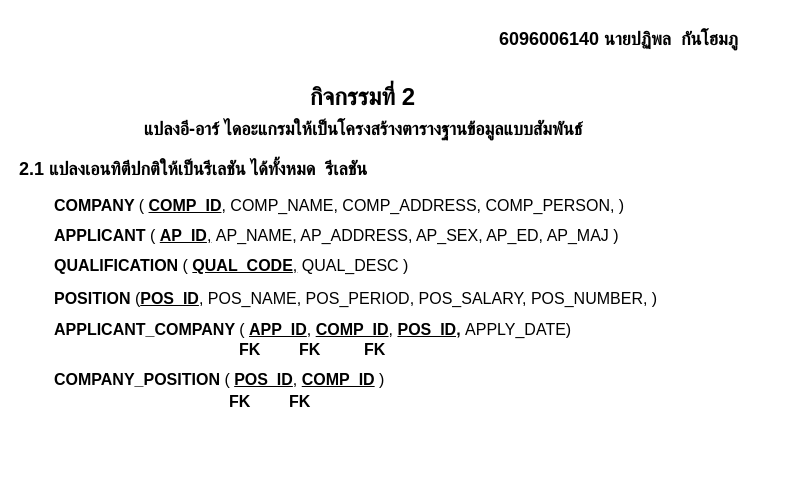
Earlier version of the draw.io diagram page "กิจกรรมที่2" (2 of 3) of Untitled Diagram.drawio (inherthz/96408_Database-Design). Source tidied: cells renumbered, new cells numbered last; positions are measured from the earlier drawing's top-left corner, leaving out a move shared by most shapes. Both pictures are drawn from the tidied source at 100%, with x=0, y=0 at pixel (17, 17).
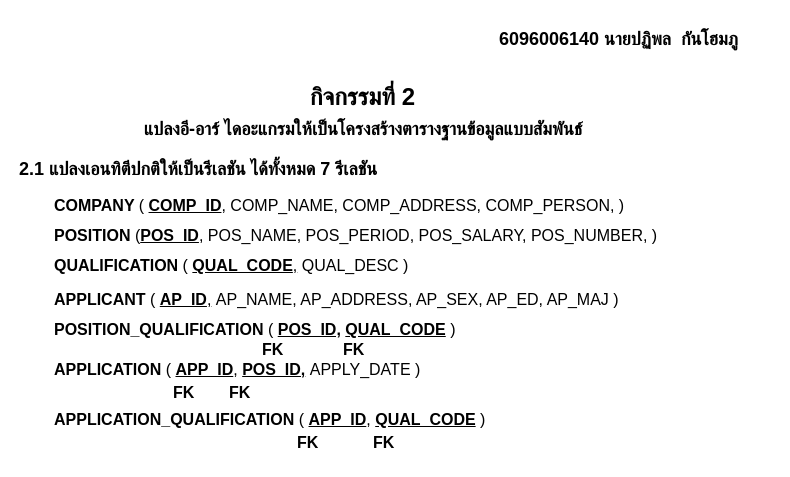
Above is the later version.

What changed in the source:
```diff
@@
 <mxGraphModel>
   <root>
     <mxCell id="0" />
     <mxCell id="1" parent="0" />
     <mxCell id="2" value="&lt;font face=&quot;Sarabun&quot;&gt;กิจกรรมที่ 2&lt;/font&gt;" style="text;strokeColor=none;fillColor=none;html=1;fontSize=24;fontStyle=1;verticalAlign=middle;align=center;" parent="1" vertex="1">
       <mxGeometry x="295" y="60" width="100" height="40" as="geometry" />
     </mxCell>
     <mxCell id="3" value="&lt;font face=&quot;Sarabun&quot;&gt;&lt;span style=&quot;font-size: 18px;&quot;&gt;แปลงอี-อาร์ ไดอะแกรมให้เป็นโครงสร้างตารางฐานข้อมูลแบบสัมพันธ์&amp;nbsp;&lt;/span&gt;&lt;/font&gt;" style="text;strokeColor=none;fillColor=none;html=1;fontSize=24;fontStyle=1;verticalAlign=middle;align=center;" parent="1" vertex="1">
       <mxGeometry x="295" y="90" width="106" height="40" as="geometry" />
     </mxCell>
-    <mxCell id="4" value="&lt;font face=&quot;Sarabun&quot;&gt;&lt;span style=&quot;font-size: 18px;&quot;&gt;2.1 แปลงเอนทิตีปกติให้เป็นรีเลชัน ได้ทั้งหมด&amp;nbsp; รีเลชัน&lt;/span&gt;&lt;/font&gt;" style="text;strokeColor=none;fillColor=none;html=1;fontSize=24;fontStyle=1;verticalAlign=middle;align=left;" parent="1" vertex="1">
+    <mxCell id="4" value="&lt;font face=&quot;Sarabun&quot;&gt;&lt;span style=&quot;font-size: 18px;&quot;&gt;2.1 แปลงเอนทิตีปกติให้เป็นรีเลชัน ได้ทั้งหมด 7 รีเลชัน&lt;/span&gt;&lt;/font&gt;" style="text;strokeColor=none;fillColor=none;html=1;fontSize=24;fontStyle=1;verticalAlign=middle;align=left;" parent="1" vertex="1">
       <mxGeometry y="130" width="420" height="40" as="geometry" />
     </mxCell>
-    <mxCell id="5" value="&lt;font style=&quot;font-size: 16px;&quot; face=&quot;Sarabun&quot;&gt;APPLICANT_COMPANY &lt;span style=&quot;font-weight: normal;&quot;&gt;(&amp;nbsp;&lt;/span&gt;&lt;u&gt;APP_ID&lt;/u&gt;&lt;span style=&quot;font-weight: normal;&quot;&gt;,&amp;nbsp;&lt;/span&gt;&lt;u style=&quot;&quot;&gt;COMP_ID&lt;/u&gt;&lt;span style=&quot;font-weight: normal;&quot;&gt;, &lt;/span&gt;&lt;u&gt;POS_ID,&lt;/u&gt;&amp;nbsp;&lt;span style=&quot;font-weight: normal;&quot;&gt;APPLY_DATE&lt;/span&gt;&lt;span style=&quot;font-weight: normal;&quot;&gt;)&lt;/span&gt;&lt;/font&gt;" style="text;strokeColor=none;fillColor=none;html=1;fontSize=24;fontStyle=1;verticalAlign=middle;align=left;" parent="1" vertex="1">
-      <mxGeometry x="35" y="290" width="445" height="40" as="geometry" />
+    <mxCell id="5" value="&lt;font style=&quot;font-size: 16px;&quot; face=&quot;Sarabun&quot;&gt;APPLICATION&amp;nbsp;&lt;span style=&quot;font-weight: normal;&quot;&gt;(&amp;nbsp;&lt;/span&gt;&lt;u&gt;APP_ID&lt;/u&gt;&lt;span style=&quot;font-weight: normal;&quot;&gt;,&amp;nbsp;&lt;/span&gt;&lt;u style=&quot;&quot;&gt;POS_ID,&lt;/u&gt;&amp;nbsp;&lt;span style=&quot;font-weight: normal;&quot;&gt;APPLY_DATE&lt;/span&gt;&amp;nbsp;&lt;span style=&quot;font-weight: normal;&quot;&gt;)&lt;/span&gt;&lt;/font&gt;" style="text;strokeColor=none;fillColor=none;html=1;fontSize=24;fontStyle=1;verticalAlign=middle;align=left;" parent="1" vertex="1">
+      <mxGeometry x="35" y="330" width="445" height="40" as="geometry" />
     </mxCell>
     <mxCell id="6" value="&lt;font face=&quot;Sarabun&quot;&gt;&lt;span style=&quot;font-size: 16px;&quot;&gt;FK&lt;/span&gt;&lt;/font&gt;" style="text;strokeColor=none;fillColor=none;html=1;fontSize=24;fontStyle=1;verticalAlign=middle;align=left;" parent="1" vertex="1">
-      <mxGeometry x="220" y="310" width="30" height="40" as="geometry" />
+      <mxGeometry x="324" y="310" width="30" height="40" as="geometry" />
     </mxCell>
     <mxCell id="7" value="&lt;font style=&quot;font-size: 16px;&quot; face=&quot;Sarabun&quot;&gt;&lt;span style=&quot;&quot;&gt;APPLICANT&amp;nbsp;&lt;span style=&quot;font-weight: normal;&quot;&gt;(&amp;nbsp;&lt;/span&gt;&lt;u style=&quot;&quot;&gt;AP_ID&lt;span style=&quot;font-weight: normal;&quot;&gt;,&lt;/span&gt;&lt;/u&gt;&lt;span style=&quot;font-weight: normal;&quot;&gt;&amp;nbsp;AP_NAME, AP_ADDRESS, AP_SEX, AP_ED, AP_MAJ&amp;nbsp;&lt;/span&gt;&lt;span style=&quot;font-weight: normal;&quot;&gt;)&lt;/span&gt;&lt;/span&gt;&lt;/font&gt;" style="text;strokeColor=none;fillColor=none;html=1;fontSize=24;fontStyle=1;verticalAlign=middle;align=left;" parent="1" vertex="1">
-      <mxGeometry x="35" y="196" width="650" height="40" as="geometry" />
+      <mxGeometry x="35" y="260" width="650" height="40" as="geometry" />
     </mxCell>
     <mxCell id="8" value="&lt;font face=&quot;Sarabun&quot;&gt;&lt;span style=&quot;font-size: 16px;&quot;&gt;FK&lt;/span&gt;&lt;/font&gt;" style="text;strokeColor=none;fillColor=none;html=1;fontSize=24;fontStyle=1;verticalAlign=middle;align=left;" parent="1" vertex="1">
-      <mxGeometry x="280" y="310" width="30" height="40" as="geometry" />
+      <mxGeometry x="242.5" y="310" width="30" height="40" as="geometry" />
     </mxCell>
     <mxCell id="9" value="&lt;font style=&quot;font-size: 16px;&quot; face=&quot;Sarabun&quot;&gt;&lt;span style=&quot;&quot;&gt;POSITION&amp;nbsp;&lt;span style=&quot;font-weight: normal;&quot;&gt;(&lt;/span&gt;&lt;u style=&quot;&quot;&gt;POS_ID&lt;/u&gt;&lt;span style=&quot;font-weight: normal;&quot;&gt;, POS_NAME, POS_PERIOD, POS_SALARY, &lt;/span&gt;&lt;span style=&quot;font-weight: normal;&quot;&gt;POS_NUMBER&lt;/span&gt;&lt;span style=&quot;font-weight: normal;&quot;&gt;, &lt;/span&gt;&lt;span style=&quot;font-weight: normal;&quot;&gt;)&lt;/span&gt;&lt;/span&gt;&lt;/font&gt;" style="text;strokeColor=none;fillColor=none;html=1;fontSize=24;fontStyle=1;verticalAlign=middle;align=left;" parent="1" vertex="1">
-      <mxGeometry x="35" y="259" width="700" height="40" as="geometry" />
+      <mxGeometry x="35" y="196" width="700" height="40" as="geometry" />
     </mxCell>
     <mxCell id="10" value="&lt;font style=&quot;font-size: 16px;&quot; face=&quot;Sarabun&quot;&gt;&lt;span style=&quot;&quot;&gt;COMPANY &lt;span style=&quot;font-weight: normal;&quot;&gt;(&amp;nbsp;&lt;/span&gt;&lt;u style=&quot;&quot;&gt;COMP_ID&lt;/u&gt;&lt;span style=&quot;font-weight: normal;&quot;&gt;, COMP_NAME, COMP_ADDRESS, COMP_PERSON, &lt;/span&gt;&lt;span style=&quot;font-weight: normal;&quot;&gt;)&lt;/span&gt;&lt;/span&gt;&lt;/font&gt;" style="text;strokeColor=none;fillColor=none;html=1;fontSize=24;fontStyle=1;verticalAlign=middle;align=left;" parent="1" vertex="1">
       <mxGeometry x="35" y="166" width="700" height="40" as="geometry" />
     </mxCell>
     <mxCell id="11" value="&lt;font style=&quot;font-size: 16px;&quot; face=&quot;Sarabun&quot;&gt;&lt;span style=&quot;&quot;&gt;QUALIFICATION&amp;nbsp;&lt;span style=&quot;font-weight: normal;&quot;&gt;( &lt;/span&gt;&lt;u&gt;QUAL_CODE&lt;/u&gt;&lt;u style=&quot;&quot;&gt;&lt;span style=&quot;font-weight: normal;&quot;&gt;,&lt;/span&gt;&lt;/u&gt;&lt;span style=&quot;font-weight: normal;&quot;&gt;&amp;nbsp;QUAL_DESC&amp;nbsp;&lt;/span&gt;&lt;span style=&quot;font-weight: normal;&quot;&gt;)&lt;/span&gt;&lt;/span&gt;&lt;/font&gt;" style="text;strokeColor=none;fillColor=none;html=1;fontSize=24;fontStyle=1;verticalAlign=middle;align=left;" parent="1" vertex="1">
       <mxGeometry x="35" y="226" width="650" height="40" as="geometry" />
     </mxCell>
-    <mxCell id="12" value="&lt;font style=&quot;font-size: 16px;&quot; face=&quot;Sarabun&quot;&gt;COMPANY_POSITION&amp;nbsp;&lt;span style=&quot;font-weight: normal;&quot;&gt;(&amp;nbsp;&lt;/span&gt;&lt;u&gt;POS_ID&lt;/u&gt;&lt;span style=&quot;font-weight: normal;&quot;&gt;,&amp;nbsp;&lt;/span&gt;&lt;u style=&quot;&quot;&gt;COMP_ID&lt;/u&gt;&amp;nbsp;&lt;span style=&quot;font-weight: normal;&quot;&gt;)&lt;/span&gt;&lt;/font&gt;" style="text;strokeColor=none;fillColor=none;html=1;fontSize=24;fontStyle=1;verticalAlign=middle;align=left;" parent="1" vertex="1">
-      <mxGeometry x="35" y="340" width="345" height="40" as="geometry" />
-    </mxCell>
     <mxCell id="13" value="&lt;font face=&quot;Sarabun&quot;&gt;&lt;span style=&quot;font-size: 16px;&quot;&gt;FK&lt;/span&gt;&lt;/font&gt;" style="text;strokeColor=none;fillColor=none;html=1;fontSize=24;fontStyle=1;verticalAlign=middle;align=left;" parent="1" vertex="1">
-      <mxGeometry x="210" y="362" width="30" height="40" as="geometry" />
+      <mxGeometry x="154" y="353" width="30" height="40" as="geometry" />
     </mxCell>
-    <mxCell id="14" value="&lt;font face=&quot;Sarabun&quot;&gt;&lt;span style=&quot;font-size: 16px;&quot;&gt;FK&lt;/span&gt;&lt;/font&gt;" style="text;strokeColor=none;fillColor=none;html=1;fontSize=24;fontStyle=1;verticalAlign=middle;align=left;" parent="1" vertex="1">
-      <mxGeometry x="270" y="362" width="30" height="40" as="geometry" />
-    </mxCell>
-    <mxCell id="15" value="&lt;font face=&quot;Sarabun&quot;&gt;&lt;span style=&quot;font-size: 16px;&quot;&gt;FK&lt;/span&gt;&lt;/font&gt;" style="text;strokeColor=none;fillColor=none;html=1;fontSize=24;fontStyle=1;verticalAlign=middle;align=left;" parent="1" vertex="1">
-      <mxGeometry x="345" y="310" width="30" height="40" as="geometry" />
-    </mxCell>
     <mxCell id="16" value="&lt;font face=&quot;Sarabun&quot;&gt;&lt;span style=&quot;font-size: 18px;&quot;&gt;6096006140 นายปฏิพล&amp;nbsp; กันโฮมภู&amp;nbsp;&lt;/span&gt;&lt;/font&gt;" style="text;strokeColor=none;fillColor=none;html=1;fontSize=24;fontStyle=1;verticalAlign=middle;align=left;" parent="1" vertex="1">
       <mxGeometry x="480" width="276" height="40" as="geometry" />
     </mxCell>
+    <mxCell id="17" value="&lt;font style=&quot;font-size: 16px;&quot; face=&quot;Sarabun&quot;&gt;POSITION_QUALIFICATION&amp;nbsp;&lt;span style=&quot;font-weight: normal;&quot;&gt;( &lt;/span&gt;&lt;u&gt;POS_ID,&lt;/u&gt; &lt;u&gt;QUAL_CODE&lt;/u&gt;&amp;nbsp;&lt;span style=&quot;font-weight: normal;&quot;&gt;)&lt;/span&gt;&lt;/font&gt;" style="text;strokeColor=none;fillColor=none;html=1;fontSize=24;fontStyle=1;verticalAlign=middle;align=left;" parent="1" vertex="1">
+      <mxGeometry x="35" y="290" width="650" height="40" as="geometry" />
+    </mxCell>
+    <mxCell id="18" value="&lt;font face=&quot;Sarabun&quot;&gt;&lt;span style=&quot;font-size: 16px;&quot;&gt;FK&lt;/span&gt;&lt;/font&gt;" style="text;strokeColor=none;fillColor=none;html=1;fontSize=24;fontStyle=1;verticalAlign=middle;align=left;" parent="1" vertex="1">
+      <mxGeometry x="210" y="353" width="30" height="40" as="geometry" />
+    </mxCell>
+    <mxCell id="19" value="&lt;font style=&quot;font-size: 16px;&quot; face=&quot;Sarabun&quot;&gt;APPLICATION_QUALIFICATION&amp;nbsp;&lt;span style=&quot;font-weight: normal;&quot;&gt;(&amp;nbsp;&lt;/span&gt;&lt;u&gt;APP_ID&lt;/u&gt;&lt;span style=&quot;font-weight: normal;&quot;&gt;,&amp;nbsp;&lt;/span&gt;&lt;u style=&quot;&quot;&gt;QUAL_CODE&lt;/u&gt;&amp;nbsp;&lt;span style=&quot;font-weight: normal;&quot;&gt;)&lt;/span&gt;&lt;/font&gt;" style="text;strokeColor=none;fillColor=none;html=1;fontSize=24;fontStyle=1;verticalAlign=middle;align=left;" parent="1" vertex="1">
+      <mxGeometry x="35" y="380" width="445" height="40" as="geometry" />
+    </mxCell>
+    <mxCell id="20" value="&lt;font face=&quot;Sarabun&quot;&gt;&lt;span style=&quot;font-size: 16px;&quot;&gt;FK&lt;/span&gt;&lt;/font&gt;" style="text;strokeColor=none;fillColor=none;html=1;fontSize=24;fontStyle=1;verticalAlign=middle;align=left;" parent="1" vertex="1">
+      <mxGeometry x="278" y="403" width="30" height="40" as="geometry" />
+    </mxCell>
+    <mxCell id="21" value="&lt;font face=&quot;Sarabun&quot;&gt;&lt;span style=&quot;font-size: 16px;&quot;&gt;FK&lt;/span&gt;&lt;/font&gt;" style="text;strokeColor=none;fillColor=none;html=1;fontSize=24;fontStyle=1;verticalAlign=middle;align=left;" parent="1" vertex="1">
+      <mxGeometry x="354" y="403" width="30" height="40" as="geometry" />
+    </mxCell>
   </root>
 </mxGraphModel>
```
